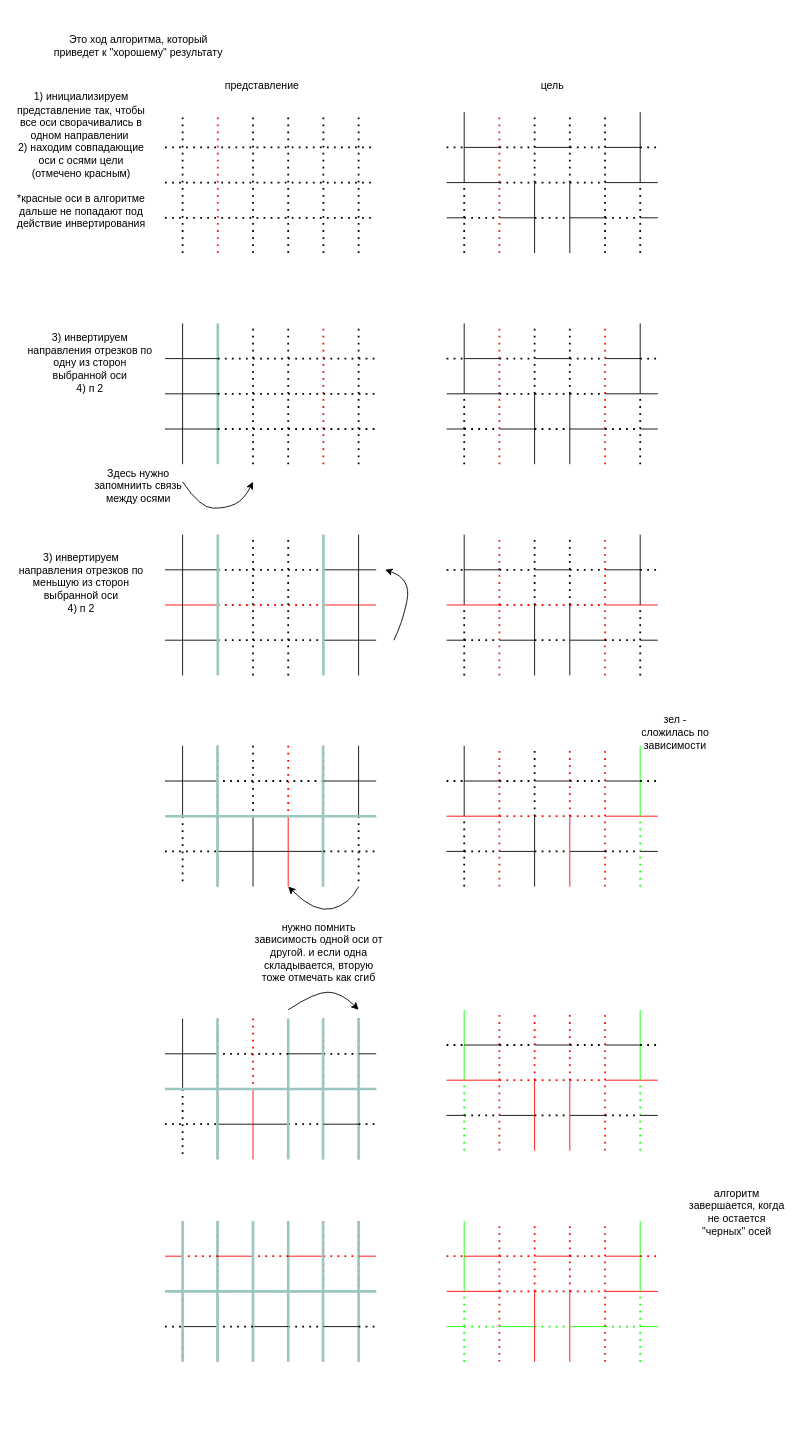
This is algorithm/how_it_should_work.drawio from kyzinatra/PaperTeam, a draw.io file, before an edit. Source tidied: cells renumbered, new cells numbered last; positions are measured from the earlier drawing's top-left corner, leaving out a move shared by most shapes. Both pictures are drawn from the tidied source at 88%, with x=0, y=0 at pixel (15, 15).
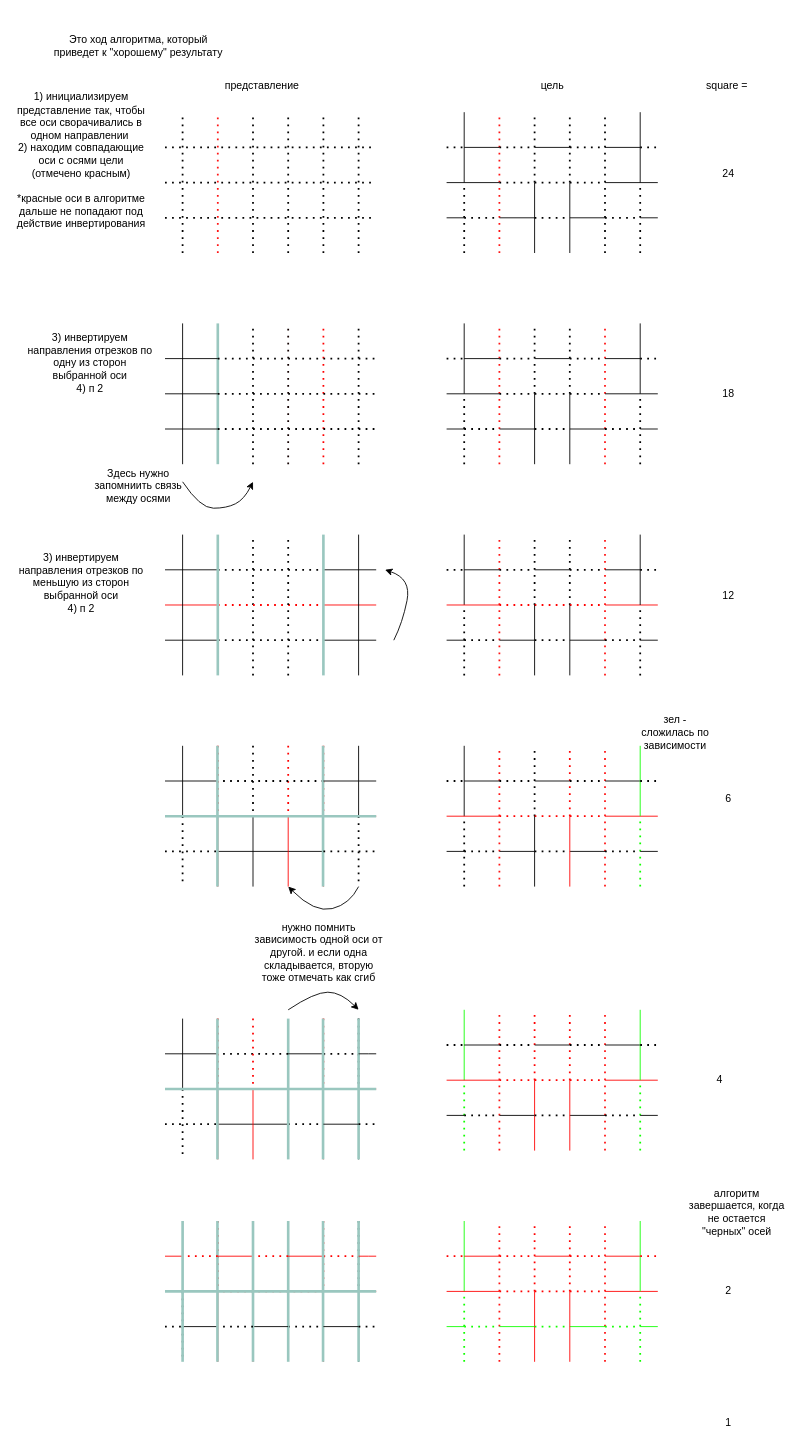
The same diagram, later.

Change to the diagram source:
```diff
@@
+    <mxCell id="313" value="square =&amp;nbsp;" style="text;html=1;align=center;verticalAlign=middle;strokeColor=none;fillColor=none;" parent="1" vertex="1">
+      <mxGeometry x="775" y="70" width="70" height="20" as="geometry" />
+    </mxCell>
+    <mxCell id="314" value="24" style="text;html=1;align=center;verticalAlign=middle;strokeColor=none;fillColor=none;" parent="1" vertex="1">
+      <mxGeometry x="795" y="170" width="30" height="20" as="geometry" />
+    </mxCell>
+    <mxCell id="315" value="18" style="text;html=1;align=center;verticalAlign=middle;strokeColor=none;fillColor=none;" parent="1" vertex="1">
+      <mxGeometry x="795" y="420" width="30" height="20" as="geometry" />
+    </mxCell>
+    <mxCell id="316" value="12" style="text;html=1;align=center;verticalAlign=middle;strokeColor=none;fillColor=none;" parent="1" vertex="1">
+      <mxGeometry x="795" y="650" width="30" height="20" as="geometry" />
+    </mxCell>
+    <mxCell id="317" value="6" style="text;html=1;align=center;verticalAlign=middle;strokeColor=none;fillColor=none;" parent="1" vertex="1">
+      <mxGeometry x="800" y="880" width="20" height="20" as="geometry" />
+    </mxCell>
+    <mxCell id="318" value="4" style="text;html=1;align=center;verticalAlign=middle;strokeColor=none;fillColor=none;" parent="1" vertex="1">
+      <mxGeometry x="790" y="1200" width="20" height="20" as="geometry" />
+    </mxCell>
+    <mxCell id="319" value="2" style="text;html=1;align=center;verticalAlign=middle;strokeColor=none;fillColor=none;" parent="1" vertex="1">
+      <mxGeometry x="800" y="1440" width="20" height="20" as="geometry" />
+    </mxCell>
+    <mxCell id="320" value="1" style="text;html=1;align=center;verticalAlign=middle;strokeColor=none;fillColor=none;" parent="1" vertex="1">
+      <mxGeometry x="800" y="1590" width="20" height="20" as="geometry" />
+    </mxCell>
```
